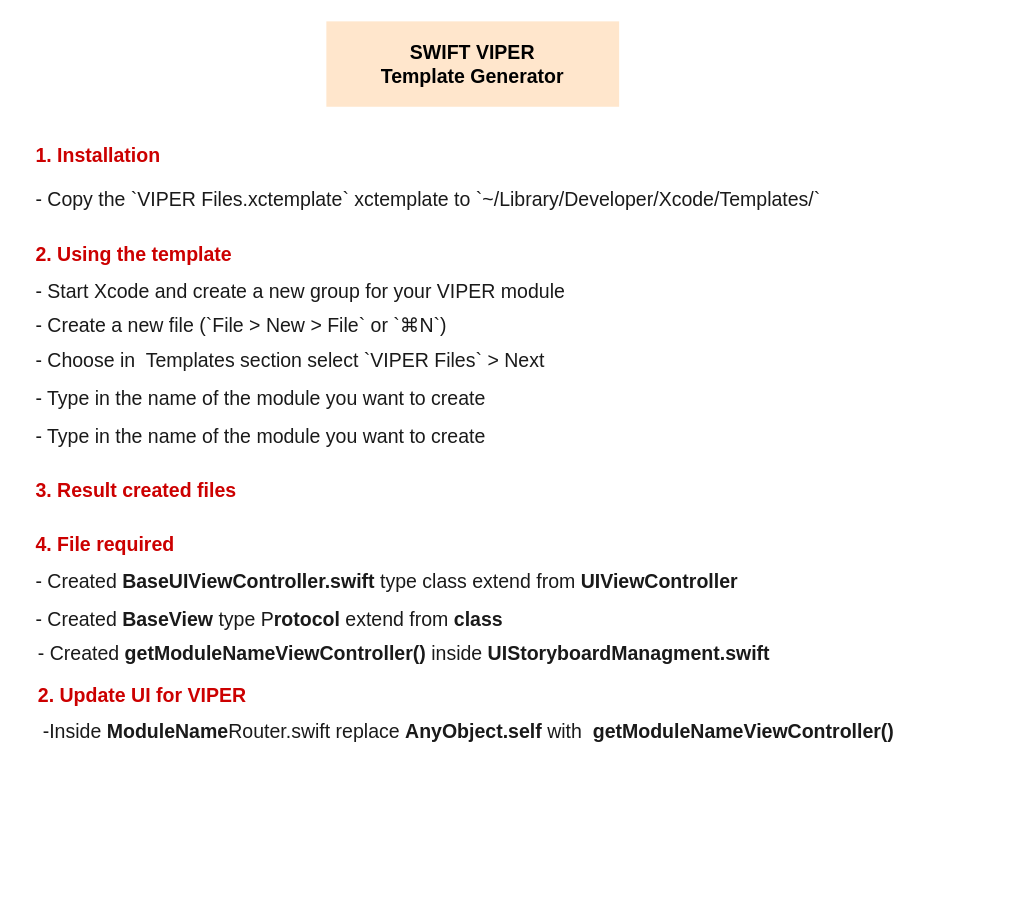
Before: Untitled Diagram.drawio in peterkuch/cmadmob, a draw.io diagram. Source tidied: cells renumbered, new cells numbered last; positions are measured from the earlier drawing's top-left corner, leaving out a move shared by most shapes. Both pictures are drawn from the tidied source at 122%, with x=0, y=0 at pixel (33, 21).
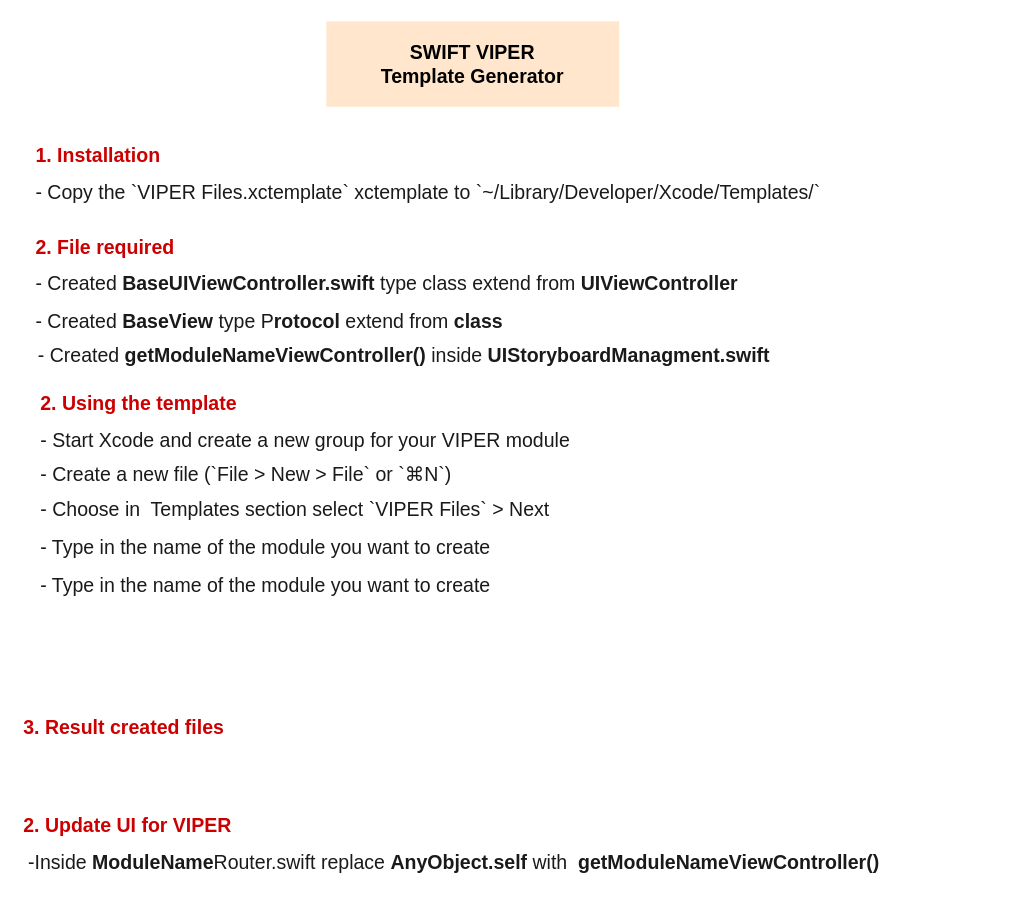
The same page after the edit.

Diff of the diagram source:
```diff
@@
     <mxCell id="4" value="- Copy the `VIPER Files.xctemplate` xctemplate&amp;nbsp;to `~/Library/Developer/Xcode/Templates/`" style="text;html=1;strokeColor=none;fillColor=none;align=left;verticalAlign=middle;whiteSpace=wrap;rounded=0;fontSize=16;fontColor=#1A1A1A;" parent="1" vertex="1">
-      <mxGeometry y="126" width="790" height="40" as="geometry" />
+      <mxGeometry y="120" width="790" height="40" as="geometry" />
     </mxCell>
+    <mxCell id="11" value="3. Result created files" style="text;html=1;strokeColor=none;fillColor=none;align=left;verticalAlign=middle;whiteSpace=wrap;rounded=0;fontSize=16;fontColor=#CC0000;fontStyle=1;" parent="1" vertex="1">
+      <mxGeometry x="-10" y="569" width="240" height="20" as="geometry" />
+    </mxCell>
+    <mxCell id="18" style="group;" parent="1" vertex="1">
+      <mxGeometry y="175" width="792" height="119" as="geometry" />
+    </mxCell>
+    <mxCell id="12" value="2. File required" style="text;html=1;strokeColor=none;fillColor=none;align=left;verticalAlign=middle;whiteSpace=wrap;rounded=0;fontSize=16;fontColor=#CC0000;fontStyle=1;" parent="18" vertex="1">
+      <mxGeometry width="240" height="20" as="geometry" />
+    </mxCell>
+    <mxCell id="13" value="- Created&amp;nbsp;&lt;b&gt;BaseUIViewController.swift &lt;/b&gt;type class&amp;nbsp;extend from &lt;b&gt;UIViewController&lt;/b&gt;" style="text;html=1;strokeColor=none;fillColor=none;align=left;verticalAlign=middle;whiteSpace=wrap;rounded=0;fontSize=16;fontColor=#1A1A1A;" parent="18" vertex="1">
+      <mxGeometry y="20" width="790" height="40" as="geometry" />
+    </mxCell>
+    <mxCell id="14" value="- Created&amp;nbsp;&lt;b&gt;BaseView&amp;nbsp;&lt;/b&gt;type P&lt;b&gt;rotocol&lt;/b&gt;&amp;nbsp;extend from &lt;b&gt;class&lt;/b&gt;" style="text;html=1;strokeColor=none;fillColor=none;align=left;verticalAlign=middle;whiteSpace=wrap;rounded=0;fontSize=16;fontColor=#1A1A1A;" parent="18" vertex="1">
+      <mxGeometry y="51" width="790" height="40" as="geometry" />
+    </mxCell>
+    <mxCell id="15" value="- Created&amp;nbsp;&lt;b&gt;getModuleNameViewController()&amp;nbsp;&lt;/b&gt;inside&amp;nbsp;&lt;b&gt;UIStoryboardManagment.swift&lt;/b&gt;" style="text;html=1;strokeColor=none;fillColor=none;align=left;verticalAlign=middle;whiteSpace=wrap;rounded=0;fontSize=16;fontColor=#1A1A1A;" parent="18" vertex="1">
+      <mxGeometry x="2" y="79" width="790" height="40" as="geometry" />
+    </mxCell>
+    <mxCell id="19" style="group;" parent="1" vertex="1">
+      <mxGeometry x="-10" y="649" width="794" height="60" as="geometry" />
+    </mxCell>
+    <mxCell id="16" value="2. Update UI for VIPER" style="text;html=1;strokeColor=none;fillColor=none;align=left;verticalAlign=middle;whiteSpace=wrap;rounded=0;fontSize=16;fontColor=#CC0000;fontStyle=1;" parent="19" vertex="1">
+      <mxGeometry width="240" height="20" as="geometry" />
+    </mxCell>
+    <mxCell id="17" value="-Inside &lt;b&gt;ModuleName&lt;/b&gt;Router.swift replace&amp;nbsp;&lt;b&gt;AnyObject.self &lt;/b&gt;with&lt;b&gt;&amp;nbsp;&amp;nbsp;&lt;/b&gt;&lt;b&gt;getModuleNameViewController()&lt;/b&gt;" style="text;html=1;strokeColor=none;fillColor=none;align=left;verticalAlign=middle;whiteSpace=wrap;rounded=0;fontSize=16;fontColor=#1A1A1A;" parent="19" vertex="1">
+      <mxGeometry x="4" y="20" width="790" height="40" as="geometry" />
+    </mxCell>
+    <mxCell id="20" style="group;" parent="1" vertex="1">
+      <mxGeometry x="4" y="303" width="790" height="179" as="geometry" />
+    </mxCell>
-    <mxCell id="5" value="2. Using the template" style="text;html=1;strokeColor=none;fillColor=none;align=left;verticalAlign=middle;whiteSpace=wrap;rounded=0;fontSize=16;fontColor=#CC0000;fontStyle=1;" parent="1" vertex="1">
-      <mxGeometry y="181" width="240" height="20" as="geometry" />
+    <mxCell id="5" value="2. Using the template" style="text;html=1;strokeColor=none;fillColor=none;align=left;verticalAlign=middle;whiteSpace=wrap;rounded=0;fontSize=16;fontColor=#CC0000;fontStyle=1;" parent="20" vertex="1">
+      <mxGeometry width="240" height="20" as="geometry" />
     </mxCell>
+    <mxCell id="21" style="group;" parent="20" vertex="1">
+      <mxGeometry y="20" width="790" height="159" as="geometry" />
+    </mxCell>
-    <mxCell id="6" value="- Start Xcode and create a new group for your VIPER module" style="text;html=1;strokeColor=none;fillColor=none;align=left;verticalAlign=middle;whiteSpace=wrap;rounded=0;fontSize=16;fontColor=#1A1A1A;" parent="1" vertex="1">
-      <mxGeometry y="201" width="790" height="40" as="geometry" />
+    <mxCell id="6" value="- Start Xcode and create a new group for your VIPER module" style="text;html=1;strokeColor=none;fillColor=none;align=left;verticalAlign=middle;whiteSpace=wrap;rounded=0;fontSize=16;fontColor=#1A1A1A;" parent="21" vertex="1">
+      <mxGeometry width="790" height="40" as="geometry" />
     </mxCell>
-    <mxCell id="7" value="- Create a new file (`File &amp;gt; New &amp;gt; File` or `⌘N`)" style="text;html=1;strokeColor=none;fillColor=none;align=left;verticalAlign=middle;whiteSpace=wrap;rounded=0;fontSize=16;fontColor=#1A1A1A;" parent="1" vertex="1">
-      <mxGeometry y="229" width="790" height="40" as="geometry" />
+    <mxCell id="7" value="- Create a new file (`File &amp;gt; New &amp;gt; File` or `⌘N`)" style="text;html=1;strokeColor=none;fillColor=none;align=left;verticalAlign=middle;whiteSpace=wrap;rounded=0;fontSize=16;fontColor=#1A1A1A;" parent="21" vertex="1">
+      <mxGeometry y="28" width="790" height="40" as="geometry" />
     </mxCell>
-    <mxCell id="8" value="- Choose in&amp;nbsp; Templates section select `VIPER Files` &amp;gt; Next" style="text;html=1;strokeColor=none;fillColor=none;align=left;verticalAlign=middle;whiteSpace=wrap;rounded=0;fontSize=16;fontColor=#1A1A1A;" parent="1" vertex="1">
-      <mxGeometry y="258" width="790" height="40" as="geometry" />
+    <mxCell id="8" value="- Choose in&amp;nbsp; Templates section select `VIPER Files` &amp;gt; Next" style="text;html=1;strokeColor=none;fillColor=none;align=left;verticalAlign=middle;whiteSpace=wrap;rounded=0;fontSize=16;fontColor=#1A1A1A;" parent="21" vertex="1">
+      <mxGeometry y="57" width="790" height="40" as="geometry" />
     </mxCell>
-    <mxCell id="9" value="- Type in the name of the module you want to create" style="text;html=1;strokeColor=none;fillColor=none;align=left;verticalAlign=middle;whiteSpace=wrap;rounded=0;fontSize=16;fontColor=#1A1A1A;" parent="1" vertex="1">
-      <mxGeometry y="289" width="790" height="40" as="geometry" />
+    <mxCell id="9" value="- Type in the name of the module you want to create" style="text;html=1;strokeColor=none;fillColor=none;align=left;verticalAlign=middle;whiteSpace=wrap;rounded=0;fontSize=16;fontColor=#1A1A1A;" parent="21" vertex="1">
+      <mxGeometry y="88" width="790" height="40" as="geometry" />
     </mxCell>
-    <mxCell id="10" value="- Type in the name of the module you want to create" style="text;html=1;strokeColor=none;fillColor=none;align=left;verticalAlign=middle;whiteSpace=wrap;rounded=0;fontSize=16;fontColor=#1A1A1A;" parent="1" vertex="1">
-      <mxGeometry y="320" width="790" height="40" as="geometry" />
+    <mxCell id="10" value="- Type in the name of the module you want to create" style="text;html=1;strokeColor=none;fillColor=none;align=left;verticalAlign=middle;whiteSpace=wrap;rounded=0;fontSize=16;fontColor=#1A1A1A;" parent="21" vertex="1">
+      <mxGeometry y="119" width="790" height="40" as="geometry" />
     </mxCell>
-    <mxCell id="11" value="3. Result created files" style="text;html=1;strokeColor=none;fillColor=none;align=left;verticalAlign=middle;whiteSpace=wrap;rounded=0;fontSize=16;fontColor=#CC0000;fontStyle=1;" parent="1" vertex="1">
-      <mxGeometry y="374" width="240" height="20" as="geometry" />
-    </mxCell>
-    <mxCell id="12" value="4. File required" style="text;html=1;strokeColor=none;fillColor=none;align=left;verticalAlign=middle;whiteSpace=wrap;rounded=0;fontSize=16;fontColor=#CC0000;fontStyle=1;" parent="1" vertex="1">
-      <mxGeometry y="419" width="240" height="20" as="geometry" />
-    </mxCell>
-    <mxCell id="13" value="- Created&amp;nbsp;&lt;b&gt;BaseUIViewController.swift &lt;/b&gt;type class&amp;nbsp;extend from &lt;b&gt;UIViewController&lt;/b&gt;" style="text;html=1;strokeColor=none;fillColor=none;align=left;verticalAlign=middle;whiteSpace=wrap;rounded=0;fontSize=16;fontColor=#1A1A1A;" parent="1" vertex="1">
-      <mxGeometry y="439" width="790" height="40" as="geometry" />
-    </mxCell>
-    <mxCell id="14" value="- Created&amp;nbsp;&lt;b&gt;BaseView&amp;nbsp;&lt;/b&gt;type P&lt;b&gt;rotocol&lt;/b&gt;&amp;nbsp;extend from &lt;b&gt;class&lt;/b&gt;" style="text;html=1;strokeColor=none;fillColor=none;align=left;verticalAlign=middle;whiteSpace=wrap;rounded=0;fontSize=16;fontColor=#1A1A1A;" parent="1" vertex="1">
-      <mxGeometry y="470" width="790" height="40" as="geometry" />
-    </mxCell>
-    <mxCell id="15" value="- Created&amp;nbsp;&lt;b&gt;getModuleNameViewController()&amp;nbsp;&lt;/b&gt;inside&amp;nbsp;&lt;b&gt;UIStoryboardManagment.swift&lt;/b&gt;" style="text;html=1;strokeColor=none;fillColor=none;align=left;verticalAlign=middle;whiteSpace=wrap;rounded=0;fontSize=16;fontColor=#1A1A1A;" parent="1" vertex="1">
-      <mxGeometry x="2" y="498" width="790" height="40" as="geometry" />
-    </mxCell>
-    <mxCell id="16" value="2. Update UI for VIPER" style="text;html=1;strokeColor=none;fillColor=none;align=left;verticalAlign=middle;whiteSpace=wrap;rounded=0;fontSize=16;fontColor=#CC0000;fontStyle=1;" parent="1" vertex="1">
-      <mxGeometry x="2" y="542" width="240" height="20" as="geometry" />
-    </mxCell>
-    <mxCell id="17" value="-Inside &lt;b&gt;ModuleName&lt;/b&gt;Router.swift replace&amp;nbsp;&lt;b&gt;AnyObject.self &lt;/b&gt;with&lt;b&gt;&amp;nbsp;&amp;nbsp;&lt;/b&gt;&lt;b&gt;getModuleNameViewController()&lt;/b&gt;" style="text;html=1;strokeColor=none;fillColor=none;align=left;verticalAlign=middle;whiteSpace=wrap;rounded=0;fontSize=16;fontColor=#1A1A1A;" parent="1" vertex="1">
-      <mxGeometry x="6" y="562" width="790" height="40" as="geometry" />
-    </mxCell>
```
